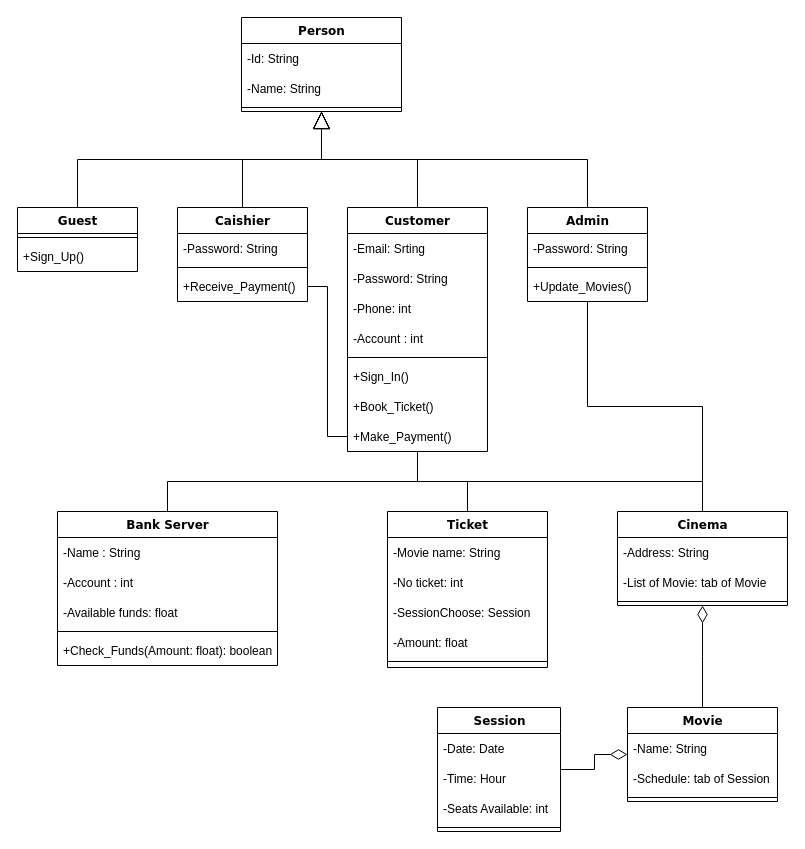
Before: Diagramme class Movie Ticket Booking System.drawio in Melydgt/Draw-io-UML-England, a draw.io diagram. Source tidied: cells renumbered, new cells numbered last; positions are measured from the earlier drawing's top-left corner, leaving out a move shared by most shapes. Both pictures are drawn from the tidied source at 100%, with x=0, y=0 at pixel (17, 17).
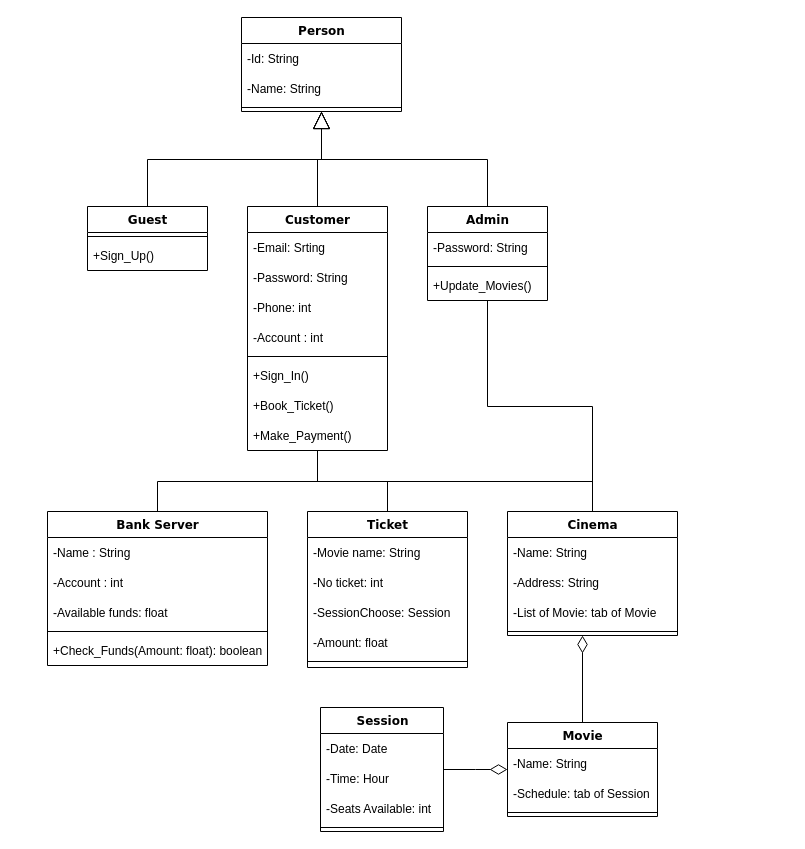
The same diagram, later.

Commit message:
Mettre à jour Diagramme class Movie Ticket Booking System.drawio

The change refers to these unchanged cells:
```xml
<mxCell id="14" value="+Make_Payment()" style="text;strokeColor=none;fillColor=none;align=left;verticalAlign=middle;spacingLeft=4;spacingRight=4;overflow=hidden;points=[[0,0.5],[1,0.5]];portConstraint=eastwest;" parent="6" vertex="1">
  <mxGeometry y="214" width="140" height="30" as="geometry" />
</mxCell>
<mxCell id="58" value="Person" style="swimlane;html=1;fontStyle=1;align=center;verticalAlign=top;horizontal=1;startSize=26;swimlaneFillColor=#ffffff;rounded=0;shadow=0;comic=0;labelBackgroundColor=none;strokeWidth=1;fillColor=none;fontFamily=Verdana;fontSize=12;" parent="1" vertex="1">
  <mxGeometry x="224" width="160" height="94" as="geometry" />
</mxCell>
```

The edit, as a diff of the source:
```diff
@@
-    <mxCell id="5" style="edgeStyle=elbowEdgeStyle;rounded=0;jettySize=auto;html=1;entryX=1;entryY=0.5;entryDx=0;entryDy=0;strokeWidth=1;startArrow=none;startFill=0;endArrow=none;endFill=0;exitX=0;exitY=0.5;exitDx=0;exitDy=0;" parent="1" edge="1" source="14" target="57">
-      <mxGeometry relative="1" as="geometry" />
-    </mxCell>
     <mxCell id="6" value="Customer" style="swimlane;html=1;fontStyle=1;align=center;verticalAlign=top;horizontal=1;startSize=26;swimlaneFillColor=#ffffff;rounded=0;shadow=0;comic=0;labelBackgroundColor=none;strokeWidth=1;fillColor=none;fontFamily=Verdana;fontSize=12;" parent="1" vertex="1">
-      <mxGeometry x="330" y="190" width="140" height="244" as="geometry" />
+      <mxGeometry x="230" y="189" width="140" height="244" as="geometry" />
     </mxCell>
@@
     <mxCell id="15" value="Ticket" style="swimlane;html=1;fontStyle=1;align=center;verticalAlign=top;horizontal=1;startSize=26;swimlaneFillColor=#ffffff;rounded=0;shadow=0;comic=0;labelBackgroundColor=none;strokeWidth=1;fillColor=none;fontFamily=Verdana;fontSize=12;" parent="1" vertex="1">
-      <mxGeometry x="370" y="494" width="160" height="156" as="geometry" />
+      <mxGeometry x="290" y="494" width="160" height="156" as="geometry" />
     </mxCell>
@@
     <mxCell id="22" value="Bank Server" style="swimlane;html=1;fontStyle=1;align=center;verticalAlign=top;horizontal=1;startSize=26;swimlaneFillColor=#ffffff;rounded=0;shadow=0;comic=0;labelBackgroundColor=none;strokeWidth=1;fillColor=none;fontFamily=Verdana;fontSize=12;" parent="1" vertex="1">
-      <mxGeometry x="40" y="494" width="220" height="154" as="geometry" />
+      <mxGeometry x="30" y="494" width="220" height="154" as="geometry" />
     </mxCell>
@@
     <mxCell id="28" value="Cinema" style="swimlane;html=1;fontStyle=1;align=center;verticalAlign=top;horizontal=1;startSize=26;swimlaneFillColor=#ffffff;rounded=0;shadow=0;comic=0;labelBackgroundColor=none;strokeWidth=1;fillColor=none;fontFamily=Verdana;fontSize=12;" parent="1" vertex="1">
-      <mxGeometry x="600" y="494" width="170" height="94" as="geometry" />
+      <mxGeometry x="490" y="494" width="170" height="124" as="geometry" />
     </mxCell>
+    <mxCell id="62" value="-Name: String" style="text;strokeColor=none;fillColor=none;align=left;verticalAlign=middle;spacingLeft=4;spacingRight=4;overflow=hidden;" parent="28" vertex="1">
+      <mxGeometry y="26" width="170" height="30" as="geometry" />
+    </mxCell>
     <mxCell id="29" value="-Address: String" style="text;strokeColor=none;fillColor=none;align=left;verticalAlign=middle;spacingLeft=4;spacingRight=4;overflow=hidden;" parent="28" vertex="1">
-      <mxGeometry y="26" width="170" height="30" as="geometry" />
+      <mxGeometry y="56" width="170" height="30" as="geometry" />
     </mxCell>
     <mxCell id="30" value="-List of Movie: tab of Movie" style="text;strokeColor=none;fillColor=none;align=left;verticalAlign=middle;spacingLeft=4;spacingRight=4;overflow=hidden;" parent="28" vertex="1">
-      <mxGeometry y="56" width="170" height="30" as="geometry" />
+      <mxGeometry y="86" width="170" height="30" as="geometry" />
     </mxCell>
     <mxCell id="31" style="line;html=1;strokeWidth=1;fillColor=none;align=left;verticalAlign=middle;spacingTop=-1;spacingLeft=3;spacingRight=3;labelPosition=right;" parent="28" vertex="1">
-      <mxGeometry y="86" width="170" height="8" as="geometry" />
+      <mxGeometry y="116" width="170" height="8" as="geometry" />
     </mxCell>
@@
     <mxCell id="33" value="Guest" style="swimlane;html=1;fontStyle=1;align=center;verticalAlign=top;horizontal=1;startSize=26;swimlaneFillColor=#ffffff;rounded=0;shadow=0;comic=0;labelBackgroundColor=none;strokeWidth=1;fillColor=none;fontFamily=Verdana;fontSize=12;" parent="1" vertex="1">
-      <mxGeometry y="190" width="120" height="64" as="geometry" />
+      <mxGeometry x="70" y="189" width="120" height="64" as="geometry" />
     </mxCell>
@@
     <mxCell id="38" value="Admin" style="swimlane;html=1;fontStyle=1;align=center;verticalAlign=top;horizontal=1;startSize=26;swimlaneFillColor=#ffffff;rounded=0;shadow=0;comic=0;labelBackgroundColor=none;strokeWidth=1;fillColor=none;fontFamily=Verdana;fontSize=12;" parent="1" vertex="1">
-      <mxGeometry x="510" y="190" width="120" height="94" as="geometry" />
+      <mxGeometry x="410" y="189" width="120" height="94" as="geometry" />
     </mxCell>
@@
     <mxCell id="44" value="Movie" style="swimlane;html=1;fontStyle=1;align=center;verticalAlign=top;horizontal=1;startSize=26;swimlaneFillColor=#ffffff;rounded=0;shadow=0;comic=0;labelBackgroundColor=none;strokeWidth=1;fillColor=none;fontFamily=Verdana;fontSize=12;" parent="1" vertex="1">
-      <mxGeometry x="610" y="690" width="150" height="94" as="geometry" />
+      <mxGeometry x="490" y="705" width="150" height="94" as="geometry" />
     </mxCell>
@@
     <mxCell id="48" value="Session" style="swimlane;html=1;fontStyle=1;align=center;verticalAlign=top;horizontal=1;startSize=26;swimlaneFillColor=#ffffff;rounded=0;shadow=0;comic=0;labelBackgroundColor=none;strokeWidth=1;fillColor=none;fontFamily=Verdana;fontSize=12;" parent="1" vertex="1">
-      <mxGeometry x="420" y="690" width="123" height="124" as="geometry" />
+      <mxGeometry x="303" y="690" width="123" height="124" as="geometry" />
     </mxCell>
@@
-    <mxCell id="53" style="rounded=0;jettySize=auto;html=1;endArrow=block;endFill=0;edgeStyle=elbowEdgeStyle;elbow=vertical;endSize=15;startSize=15;" parent="1" edge="1" source="54" target="58">
-      <mxGeometry relative="1" as="geometry" />
-    </mxCell>
-    <mxCell id="54" value="Caishier" style="swimlane;html=1;fontStyle=1;align=center;verticalAlign=top;horizontal=1;startSize=26;swimlaneFillColor=#ffffff;rounded=0;shadow=0;comic=0;labelBackgroundColor=none;strokeWidth=1;fillColor=none;fontFamily=Verdana;fontSize=12;" parent="1" vertex="1">
-      <mxGeometry x="160" y="190" width="130" height="94" as="geometry" />
-    </mxCell>
-    <mxCell id="55" value="-Password: String" style="text;strokeColor=none;fillColor=none;align=left;verticalAlign=middle;spacingLeft=4;spacingRight=4;overflow=hidden;" parent="54" vertex="1">
-      <mxGeometry y="26" width="130" height="30" as="geometry" />
-    </mxCell>
-    <mxCell id="56" style="line;html=1;strokeWidth=1;fillColor=none;align=left;verticalAlign=middle;spacingTop=-1;spacingLeft=3;spacingRight=3;labelPosition=right;" parent="54" vertex="1">
-      <mxGeometry y="56" width="130" height="8" as="geometry" />
-    </mxCell>
-    <mxCell id="57" value="+Receive_Payment()" style="text;strokeColor=none;fillColor=none;align=left;verticalAlign=middle;spacingLeft=4;spacingRight=4;overflow=hidden;points=[[0,0.5],[1,0.5]];portConstraint=eastwest;" parent="54" vertex="1">
-      <mxGeometry y="64" width="130" height="30" as="geometry" />
-    </mxCell>
```
